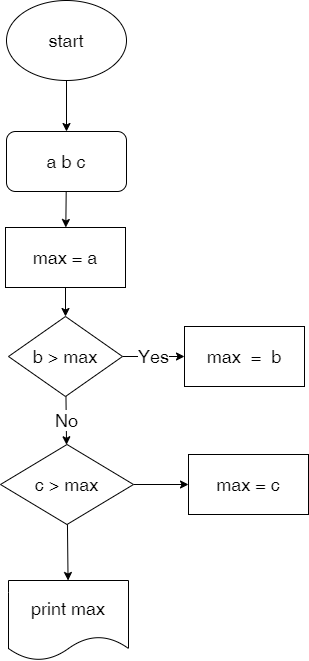
This is Homework/Lesson01/task4/alg.drawio.png from sergdmi/3-Code, a draw.io export, as it was before one commit. Source tidied: cells renumbered, new cells last; positions are measured from the earlier drawing's top-left corner, leaving out a move shared by most shapes.
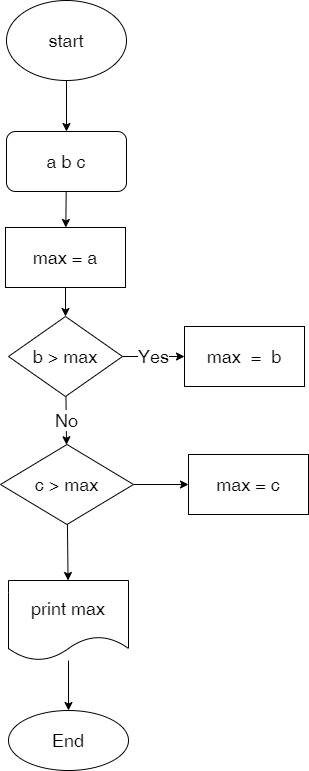
After the commit.

Commit message:
task 4 readme file amended

Diff of the diagram source:
```diff
@@ -44,8 +44,14 @@
     <mxCell id="15" value="max = c" style="whiteSpace=wrap;html=1;fontSize=18;rounded=0;" parent="1" vertex="1">
       <mxGeometry x="188" y="454" width="120" height="60" as="geometry" />
     </mxCell>
+    <mxCell id="17" style="edgeStyle=none;html=1;" parent="1" edge="1" source="16" target="18">
+      <mxGeometry relative="1" as="geometry" />
+    </mxCell>
     <mxCell id="16" value="print max" style="shape=document;whiteSpace=wrap;html=1;boundedLbl=1;fontSize=18;" parent="1" vertex="1">
       <mxGeometry x="8" y="580" width="120" height="80" as="geometry" />
     </mxCell>
+    <mxCell id="18" value="End" style="ellipse;whiteSpace=wrap;html=1;fontSize=18;" parent="1" vertex="1">
+      <mxGeometry x="8" y="710" width="120" height="60" as="geometry" />
+    </mxCell>
   </root>
 </mxGraphModel>
```
